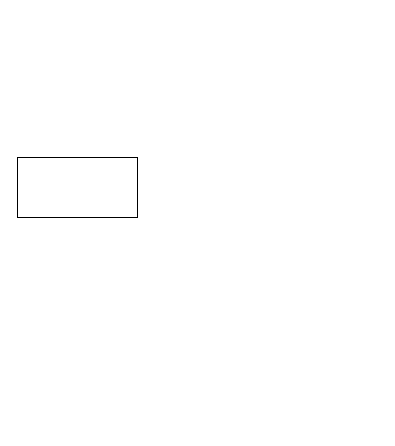
Before: Untitled Diagram.drawio in klarm/blog, a draw.io diagram. Source tidied: cells renumbered, new cells numbered last; positions are measured from the earlier drawing's top-left corner, leaving out a move shared by most shapes. Both pictures are drawn from the tidied source at 100%, with x=0, y=0 at pixel (17, 157).
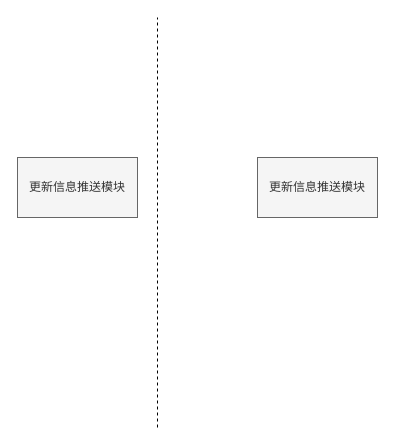
Above is the later version.

Diff of the diagram source:
```diff
@@
 <mxGraphModel>
   <root>
     <mxCell id="0" />
     <mxCell id="1" parent="0" />
-    <mxCell id="2" style="rounded=0;whiteSpace=wrap;html=1;" parent="1" vertex="1">
+    <mxCell id="2" value="更新信息推送模块" style="rounded=0;whiteSpace=wrap;html=1;fillColor=#f5f5f5;strokeColor=#666666;fontColor=#333333;" parent="1" vertex="1">
       <mxGeometry width="120" height="60" as="geometry" />
     </mxCell>
+    <mxCell id="3" value="更新信息推送模块" style="rounded=0;whiteSpace=wrap;html=1;fillColor=#f5f5f5;strokeColor=#666666;fontColor=#333333;" parent="1" vertex="1">
+      <mxGeometry x="240" width="120" height="60" as="geometry" />
+    </mxCell>
+    <mxCell id="4" style="endArrow=none;dashed=1;html=1;" parent="1" edge="1">
+      <mxGeometry relative="1" as="geometry">
+        <mxPoint x="140" y="270" as="sourcePoint" />
+        <mxPoint x="140" y="-140" as="targetPoint" />
+      </mxGeometry>
+    </mxCell>
   </root>
 </mxGraphModel>
```
